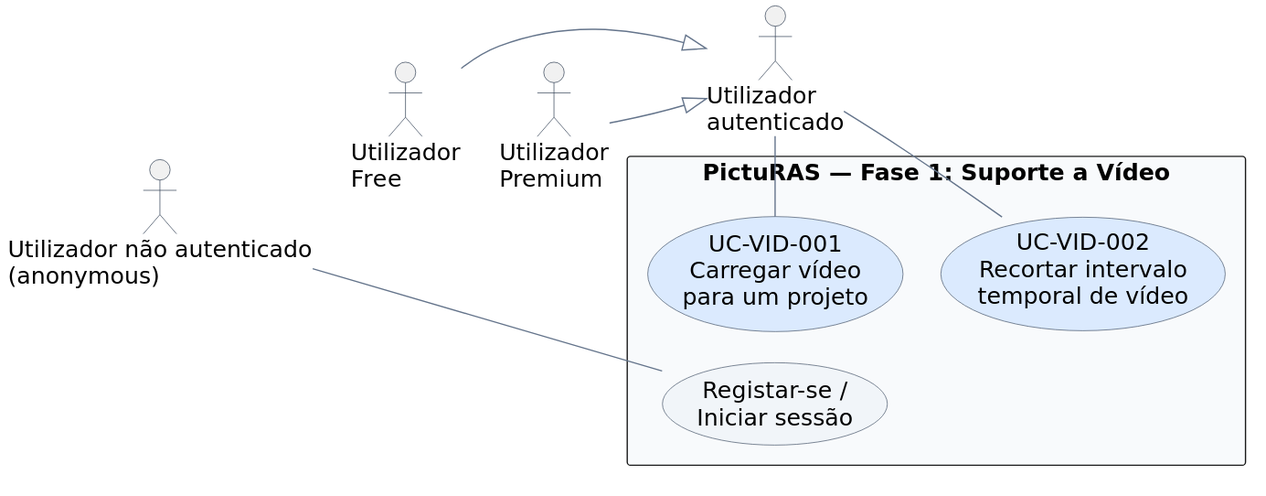
The PlantUML diagram fase1/report/images/picturas_usecases_video.svg in simaoaraujo27/picturas-27, before a commit.
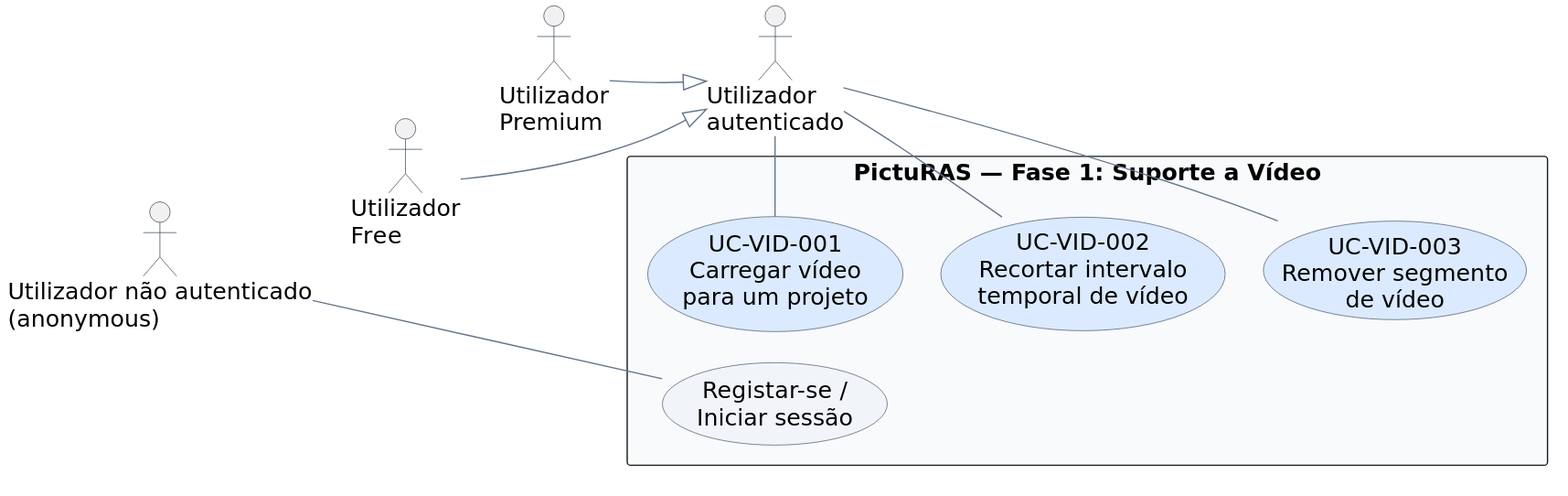
Above is the later version.

Commit message:
parte 3 do use case 3

The edit, as a diff of the source:
```diff
@@ -28,10 +28,13 @@
   usecase "UC-VID-001\nCarregar vídeo\npara um projeto" as Upload #DBEAFE
   usecase "UC-VID-002\nRecortar intervalo\ntemporal de vídeo" as Trim #DBEAFE
   Upload -[hidden]down- Trim
+  usecase "UC-VID-003\nRemover segmento\nde vídeo" as RemoveSegment #DBEAFE
+  Trim -[hidden]down- RemoveSegment
   usecase "Registar-se /\nIniciar sessão" as Access #F1F5F9
 }
 
 Anonymous -right- Access
 Auth -right- Upload
 Auth -right- Trim
+Auth -right- RemoveSegment
 @enduml
```
